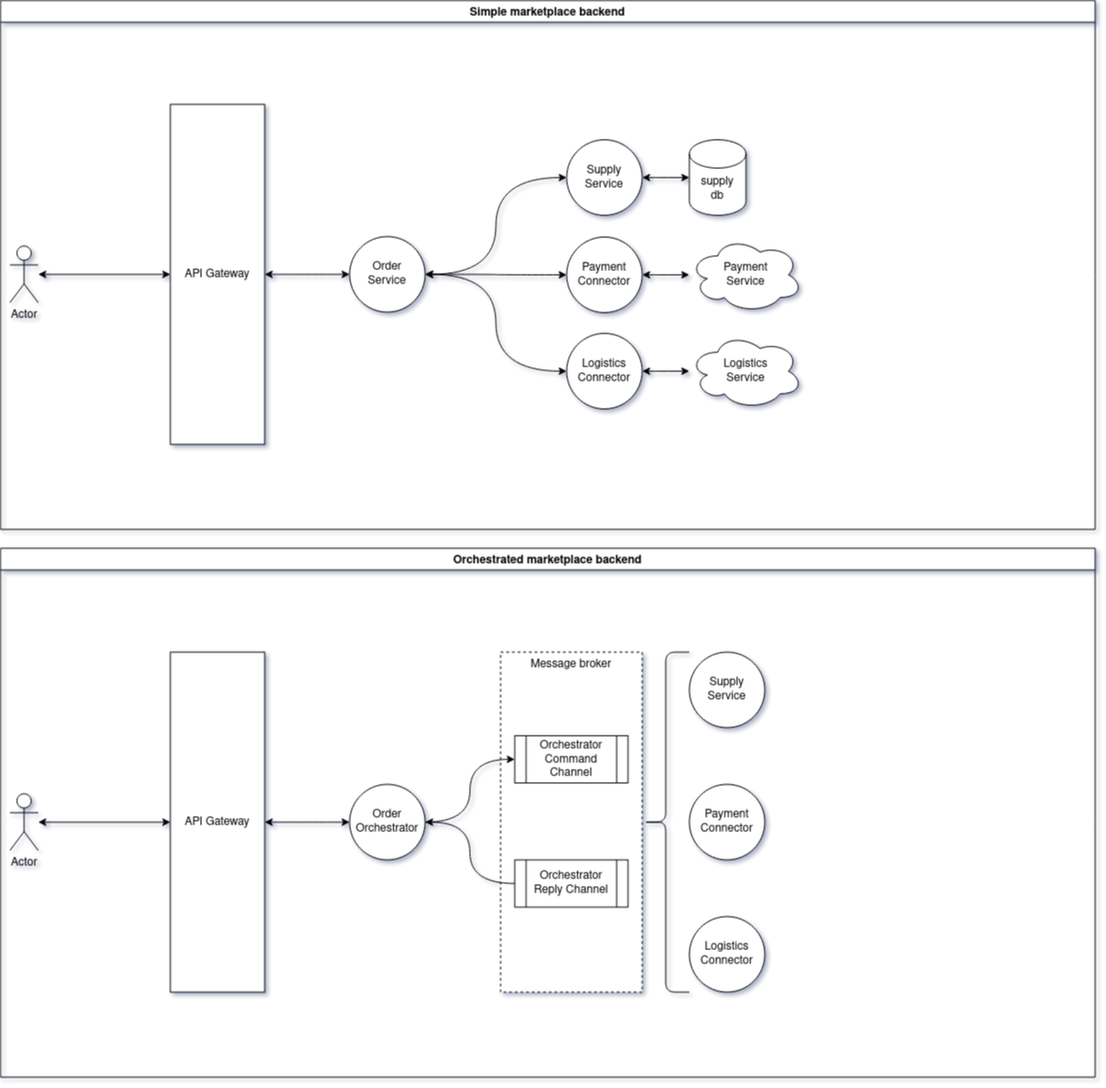
Before: documentation/architecture.png, a diagram exported from draw.io (ricardoebbers/distributed-transaction-saga). Source tidied: cells renumbered, new cells last; positions are measured from the earlier drawing's top-left corner, leaving out a move shared by most shapes.
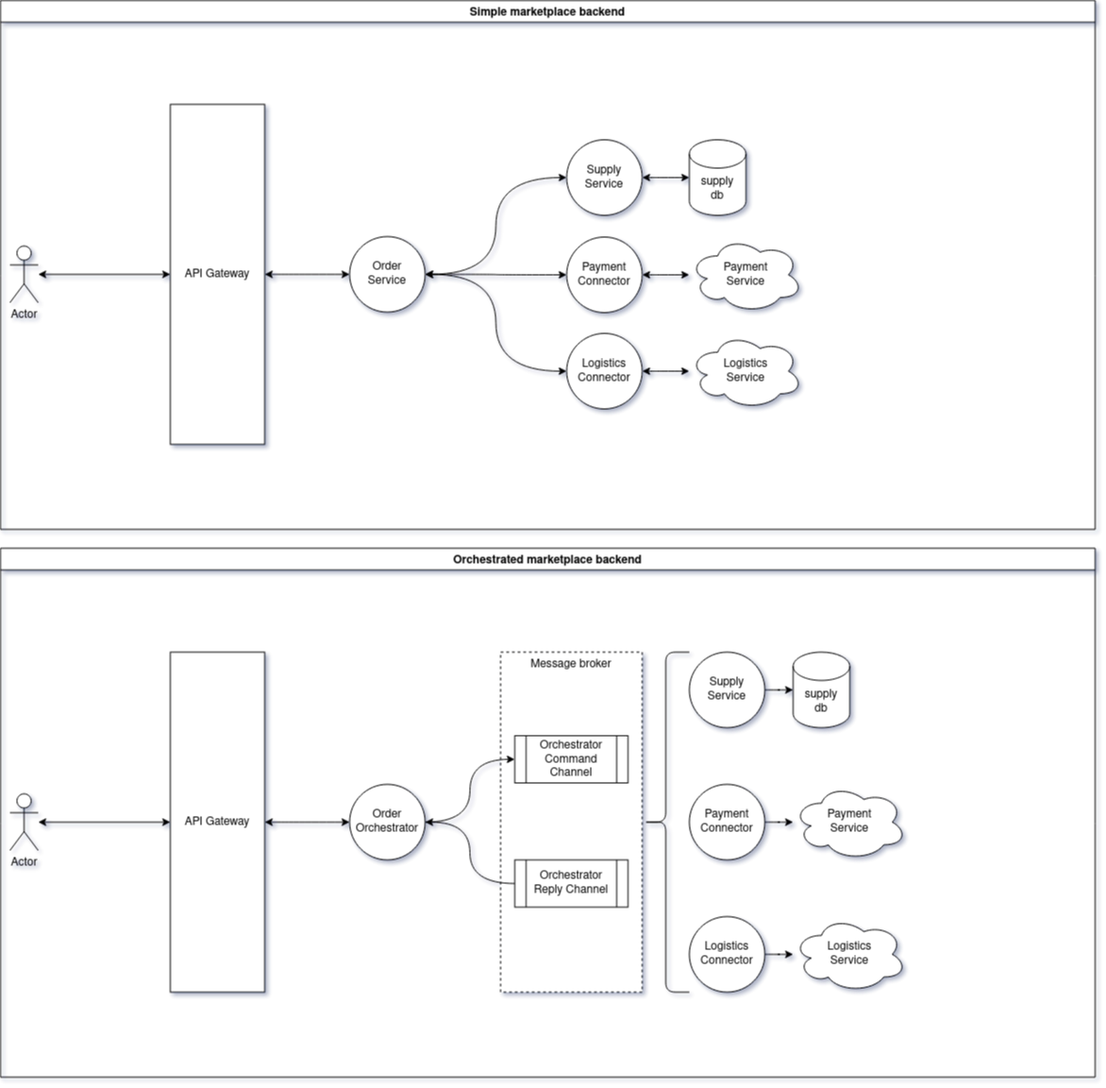
After the change.

What changed in the source:
```diff
@@ -71,9 +71,15 @@
     <mxCell id="24" style="edgeStyle=orthogonalEdgeStyle;rounded=0;jettySize=auto;html=1;startArrow=classic;startFill=1;endArrow=classic;endFill=1;" parent="20" edge="1" source="22" target="23">
       <mxGeometry relative="1" as="geometry" />
     </mxCell>
+    <mxCell id="35" style="edgeStyle=orthogonalEdgeStyle;curved=1;rounded=0;jumpStyle=none;jettySize=auto;html=1;startArrow=none;startFill=0;endArrow=classic;endFill=1;" parent="20" edge="1" source="25" target="38">
+      <mxGeometry relative="1" as="geometry" />
+    </mxCell>
     <mxCell id="25" value="Supply Service" style="ellipse;whiteSpace=wrap;html=1;" parent="20" vertex="1">
       <mxGeometry x="730" y="110" width="80" height="80" as="geometry" />
     </mxCell>
+    <mxCell id="36" style="edgeStyle=orthogonalEdgeStyle;curved=1;rounded=0;jumpStyle=none;jettySize=auto;html=1;startArrow=none;startFill=0;endArrow=classic;endFill=1;" parent="20" edge="1" source="26" target="39">
+      <mxGeometry relative="1" as="geometry" />
+    </mxCell>
     <mxCell id="26" value="Payment Connector" style="ellipse;whiteSpace=wrap;html=1;" parent="20" vertex="1">
       <mxGeometry x="730" y="250" width="80" height="80" as="geometry" />
     </mxCell>
@@ -86,6 +92,9 @@
     <mxCell id="29" style="edgeStyle=orthogonalEdgeStyle;curved=1;rounded=0;jumpStyle=none;jettySize=auto;html=1;startArrow=classic;startFill=1;endArrow=classic;endFill=1;" parent="20" edge="1" source="23" target="28">
       <mxGeometry relative="1" as="geometry" />
     </mxCell>
+    <mxCell id="37" style="edgeStyle=orthogonalEdgeStyle;curved=1;rounded=0;jumpStyle=none;jettySize=auto;html=1;startArrow=none;startFill=0;endArrow=classic;endFill=1;" parent="20" edge="1" source="30" target="40">
+      <mxGeometry relative="1" as="geometry" />
+    </mxCell>
     <mxCell id="30" value="Logistics Connector" style="ellipse;whiteSpace=wrap;html=1;" parent="20" vertex="1">
       <mxGeometry x="730" y="390" width="80" height="80" as="geometry" />
     </mxCell>
@@ -101,5 +110,14 @@
     <mxCell id="34" style="shape=curlyBracket;whiteSpace=wrap;html=1;rounded=1;align=center;size=0.5;" parent="20" vertex="1">
       <mxGeometry x="680" y="110" width="50" height="360" as="geometry" />
     </mxCell>
+    <mxCell id="38" value="&lt;div&gt;supply&lt;/div&gt;&lt;div&gt;db&lt;br&gt;&lt;/div&gt;" style="shape=cylinder3;whiteSpace=wrap;html=1;boundedLbl=1;backgroundOutline=1;size=15;" parent="20" vertex="1">
+      <mxGeometry x="840" y="110" width="60" height="80" as="geometry" />
+    </mxCell>
+    <mxCell id="39" value="&lt;div&gt;Payment&lt;/div&gt;&lt;div&gt;Service&lt;/div&gt;" style="ellipse;shape=cloud;whiteSpace=wrap;html=1;" parent="20" vertex="1">
+      <mxGeometry x="840" y="250" width="120" height="80" as="geometry" />
+    </mxCell>
+    <mxCell id="40" value="&lt;div&gt;Logistics&lt;/div&gt;&lt;div&gt;Service&lt;/div&gt;" style="ellipse;shape=cloud;whiteSpace=wrap;html=1;" parent="20" vertex="1">
+      <mxGeometry x="840" y="390" width="120" height="80" as="geometry" />
+    </mxCell>
   </root>
 </mxGraphModel>
```
